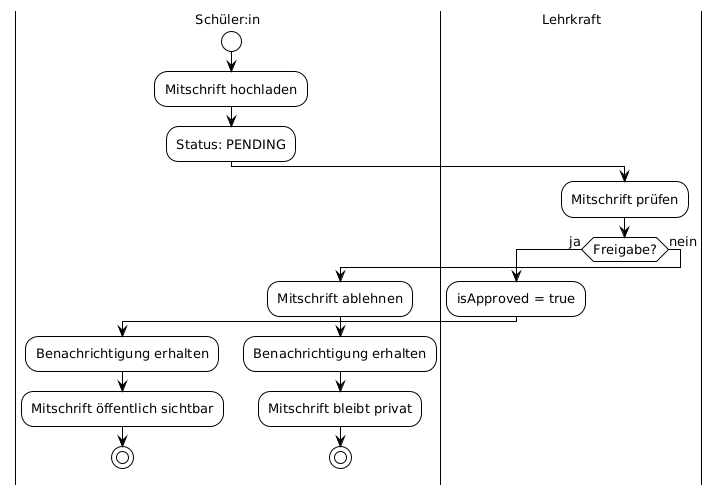
This is pics/usecase_mitschirftenUpload.png from LearnHubDipl/thesis-content-management, a PlantUML export, as it was before one commit.
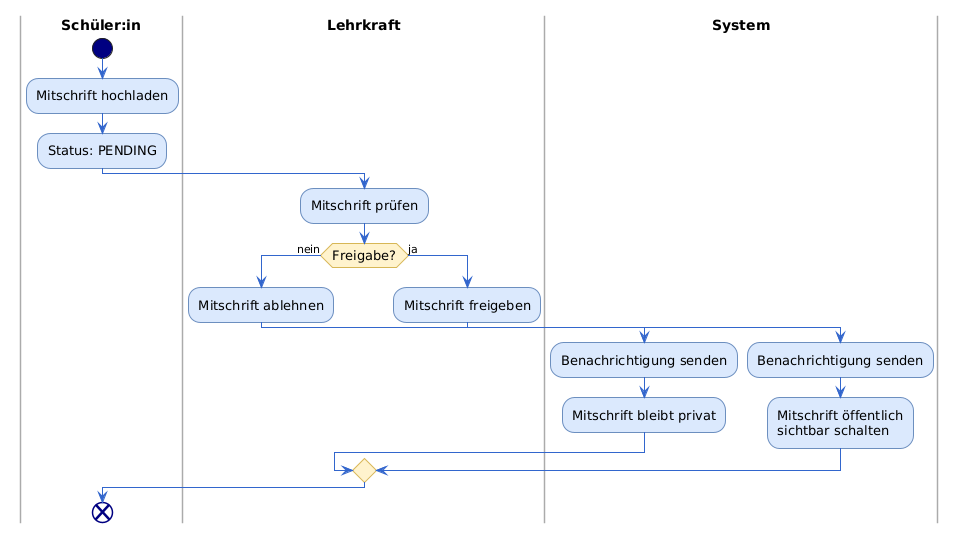
After the commit.

The edit, as a diff of the source:
```diff
@@ -1,8 +1,24 @@
 @startuml
-!theme plain
-skinparam monochrome true
-skinparam shadowing false
-skinparam defaultFontSize 13
+skinparam backgroundColor white
+
+skinparam activity {
+  BackgroundColor #dae8fc
+  BorderColor #6c8ebf
+  FontSize 13
+  ArrowColor #3366cc
+  ArrowFontSize 11
+  DiamondBackgroundColor #fff2cc
+  DiamondBorderColor #d6b656
+  StartColor #000080
+  EndColor #000080
+  BorderThickness 1
+}
+
+skinparam swimlane {
+  BorderColor #aaaaaa
+  TitleFontStyle bold
+  TitleFontSize 14
+}
 
 |Schüler:in|
 start
@@ -11,21 +27,19 @@
 
 |Lehrkraft|
 :Mitschrift prüfen;
+if (Freigabe?) then (nein)
+  :Mitschrift ablehnen;
+  |System|
+  :Benachrichtigung senden;
+  :Mitschrift bleibt privat;
+else (ja)
+  |Lehrkraft|
+  :Mitschrift freigeben;
+  |System|
+  :Benachrichtigung senden;
+  :Mitschrift öffentlich\nsichtbar schalten;
+end if
 
-if (Freigabe?) then (ja)
-    :isApproved = true;
-
-    |Schüler:in|
-    :Benachrichtigung erhalten;
-    :Mitschrift öffentlich sichtbar;
-    stop
-
-else (nein)
-    :Mitschrift ablehnen;
-
-    |Schüler:in|
-    :Benachrichtigung erhalten;
-    :Mitschrift bleibt privat;
-    stop
-endif
+|Schüler:in|
+end
 @enduml
```
